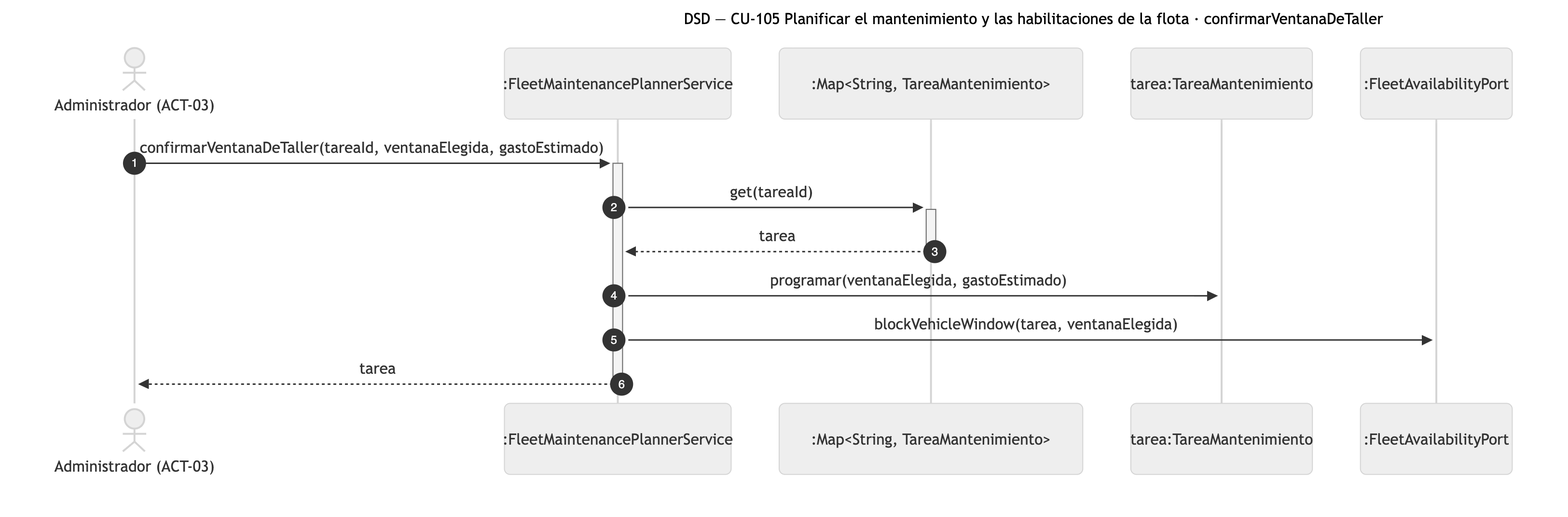
Before: diagramas/png/DSD_CU-105_confirmarVentanaDeTaller.png, a diagram exported from Mermaid (Nahuelito-Dev/splg-docs). Its source is kept beside it as diagramas/DSD_CU-105_confirmarVentanaDeTaller.mmd. Source of this version:
```mermaid
sequenceDiagram
    title DSD — CU-105 Planificar el mantenimiento y las habilitaciones de la flota · confirmarVentanaDeTaller
    autonumber
    actor ADM as Administrador (ACT-03)
    participant PLN as :FleetMaintenancePlannerService
    participant COL as :Map#lt;String, TareaMantenimiento#gt;
    participant TAR as tarea:TareaMantenimiento
    participant FIT as :FleetAvailabilityPort

    ADM->>+PLN: confirmarVentanaDeTaller(tareaId, ventanaElegida, gastoEstimado)
    PLN->>+COL: get(tareaId)
    COL-->>-PLN: tarea
    PLN->>TAR: programar(ventanaElegida, gastoEstimado)
    PLN->>FIT: blockVehicleWindow(tarea, ventanaElegida)
    PLN-->>-ADM: tarea
```
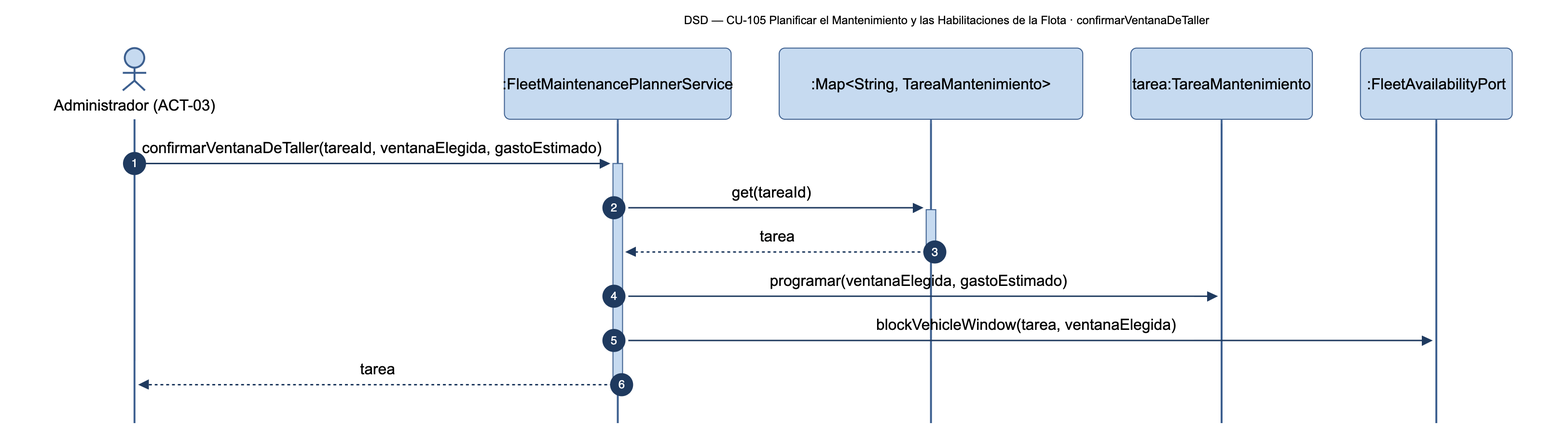
After the commit.

What changed in the source:
```diff
@@ -1,5 +1,5 @@
 sequenceDiagram
-    title DSD — CU-105 Planificar el mantenimiento y las habilitaciones de la flota · confirmarVentanaDeTaller
+    title DSD — CU-105 Planificar el Mantenimiento y las Habilitaciones de la Flota · confirmarVentanaDeTaller
     autonumber
     actor ADM as Administrador (ACT-03)
     participant PLN as :FleetMaintenancePlannerService
```
